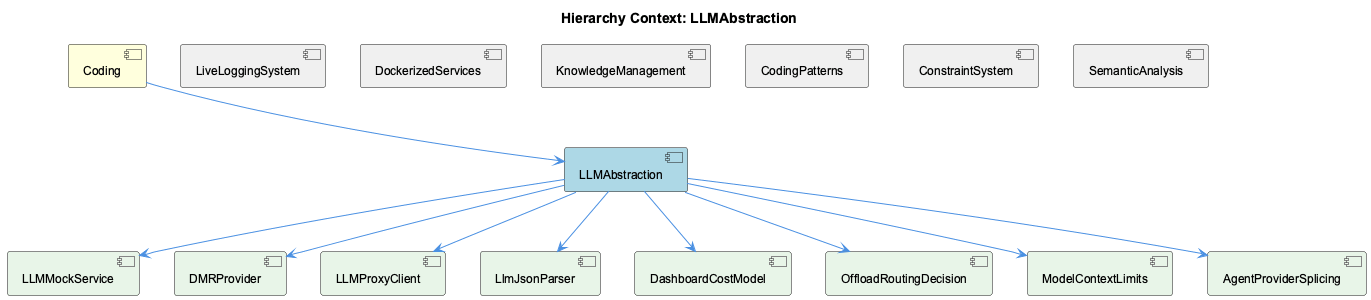
The PlantUML diagram knowledge-management/insights/images/llmabstraction-relationship.png in fwornle/coding, before a commit.
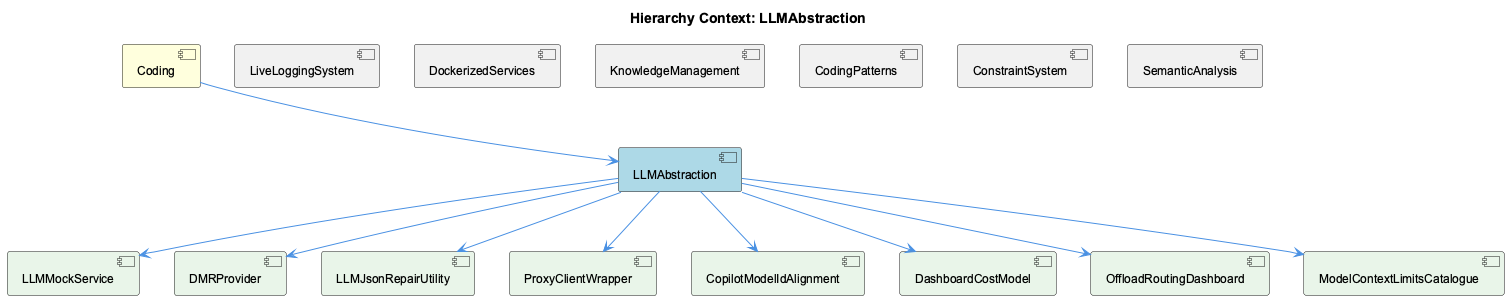
After the change.

The edit, as a diff of the source:
```diff
@@ -13,12 +13,12 @@
 [SemanticAnalysis] as semantic_analysis #F0F0F0
 [LLMMockService] as llmmock_service #E8F5E8
 [DMRProvider] as dmrprovider #E8F5E8
-[LLMProxyClient] as llmproxy_client #E8F5E8
-[LlmJsonParser] as llm_json_parser #E8F5E8
+[LLMJsonRepairUtility] as llmjson_repair_utility #E8F5E8
+[ProxyClientWrapper] as proxy_client_wrapper #E8F5E8
+[CopilotModelIdAlignment] as copilot_model_id_alignment #E8F5E8
 [DashboardCostModel] as dashboard_cost_model #E8F5E8
-[OffloadRoutingDecision] as offload_routing_decision #E8F5E8
-[ModelContextLimits] as model_context_limits #E8F5E8
-[AgentProviderSplicing] as agent_provider_splicing #E8F5E8
+[OffloadRoutingDashboard] as offload_routing_dashboard #E8F5E8
+[ModelContextLimitsCatalogue] as model_context_limits_catalogue #E8F5E8
 
 coding --> llmabstraction
 live_logging_system -[hidden]- llmabstraction
@@ -29,11 +29,11 @@
 semantic_analysis -[hidden]- llmabstraction
 llmabstraction --> llmmock_service
 llmabstraction --> dmrprovider
-llmabstraction --> llmproxy_client
-llmabstraction --> llm_json_parser
+llmabstraction --> llmjson_repair_utility
+llmabstraction --> proxy_client_wrapper
+llmabstraction --> copilot_model_id_alignment
 llmabstraction --> dashboard_cost_model
-llmabstraction --> offload_routing_decision
-llmabstraction --> model_context_limits
-llmabstraction --> agent_provider_splicing
+llmabstraction --> offload_routing_dashboard
+llmabstraction --> model_context_limits_catalogue
 
 @enduml
```
